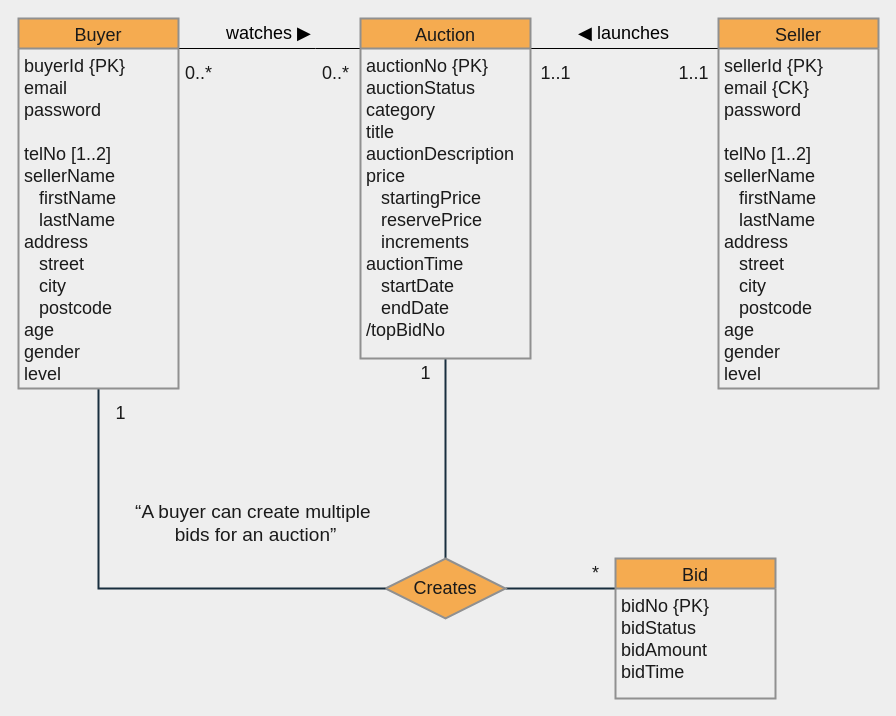
Earlier version of the draw.io diagram ERD_Simplest.drawio (gearhere/auction-house). Source tidied: cells renumbered, new cells numbered last; positions are measured from the earlier drawing's top-left corner, leaving out a move shared by most shapes. Both pictures are drawn from the tidied source at 100%, with x=0, y=0 at pixel (18, 18).
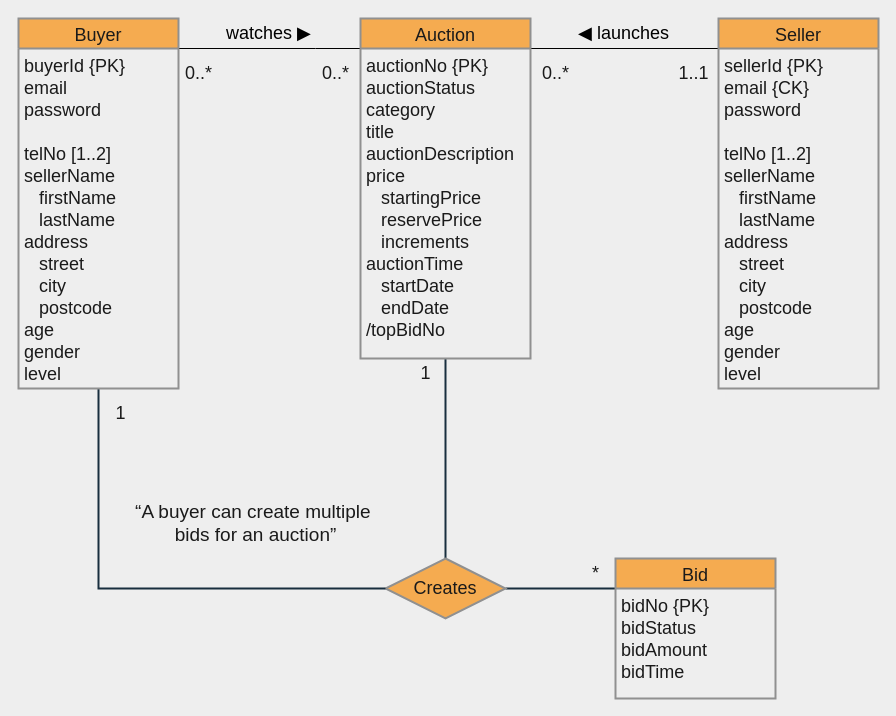
Above is the later version.

The edit, as a diff of the source:
```diff
@@
-    <mxCell id="7" value="1..1" style="text;html=1;align=center;verticalAlign=middle;fontSize=18;fontColor=#1A1A1A;" parent="1" vertex="1">
-      <mxGeometry x="512" y="40" width="50" height="30" as="geometry" />
+    <mxCell id="7" value="0..*" style="text;html=1;align=center;verticalAlign=middle;fontSize=18;fontColor=#1A1A1A;" parent="1" vertex="1">
+      <mxGeometry x="517" y="40" width="40" height="30" as="geometry" />
     </mxCell>
```
